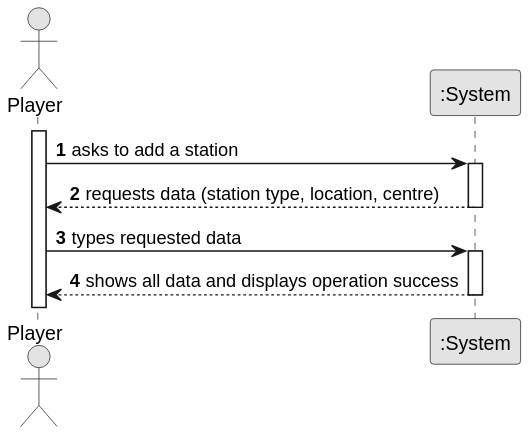
This is docs/sprint2/us005/01.requirements-engineering/svg/us005-system-sequence-diagram.svg from ivasduarte/all-aboard, a PlantUML export, as it was before one commit. Its diagram source:
```plantuml
@startuml
skinparam monochrome true
skinparam packageStyle rectangle
skinparam shadowing false

autonumber

actor "Player" as Player
participant ":System" as System

activate Player

    Player -> System : asks to add a station
    activate System

    System --> Player : requests data (station type, location, centre)
    deactivate System

    Player -> System : types requested data
    activate System

    System --> Player : shows all data and displays operation success
    deactivate System
@enduml
```
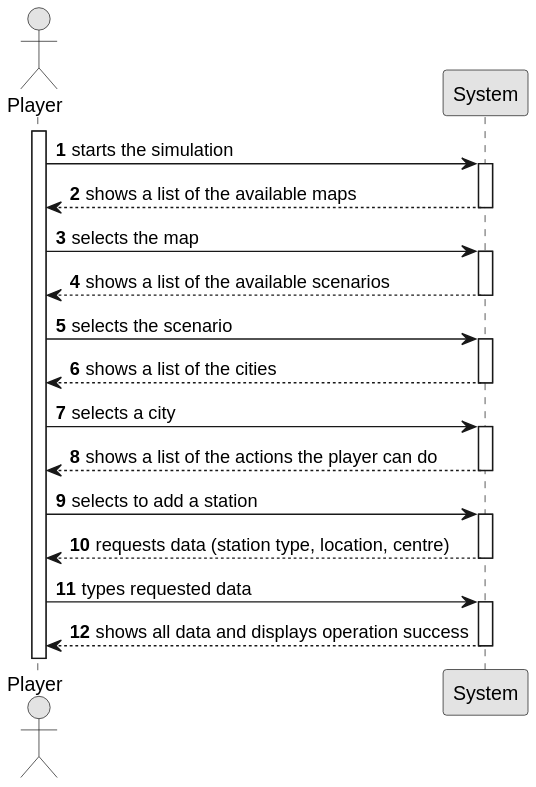
The same diagram one commit later.

The edit, as a diff of the source:
```diff
@@ -6,11 +6,35 @@
 autonumber
 
 actor "Player" as Player
-participant ":System" as System
+participant "System" as System
 
 activate Player
 
-    Player -> System : asks to add a station
+    Player -> System : starts the simulation
+    activate System
+
+    System --> Player : shows a list of the available maps
+    deactivate System
+
+    Player -> System : selects the map
+    activate System
+
+    System --> Player : shows a list of the available scenarios
+    deactivate System
+
+    Player -> System : selects the scenario
+    activate System
+
+    System --> Player : shows a list of the cities
+    deactivate System
+
+    Player -> System : selects a city
+    activate System
+
+    System --> Player : shows a list of the actions the player can do
+    deactivate System
+
+    Player -> System : selects to add a station
     activate System
 
     System --> Player : requests data (station type, location, centre)
```
